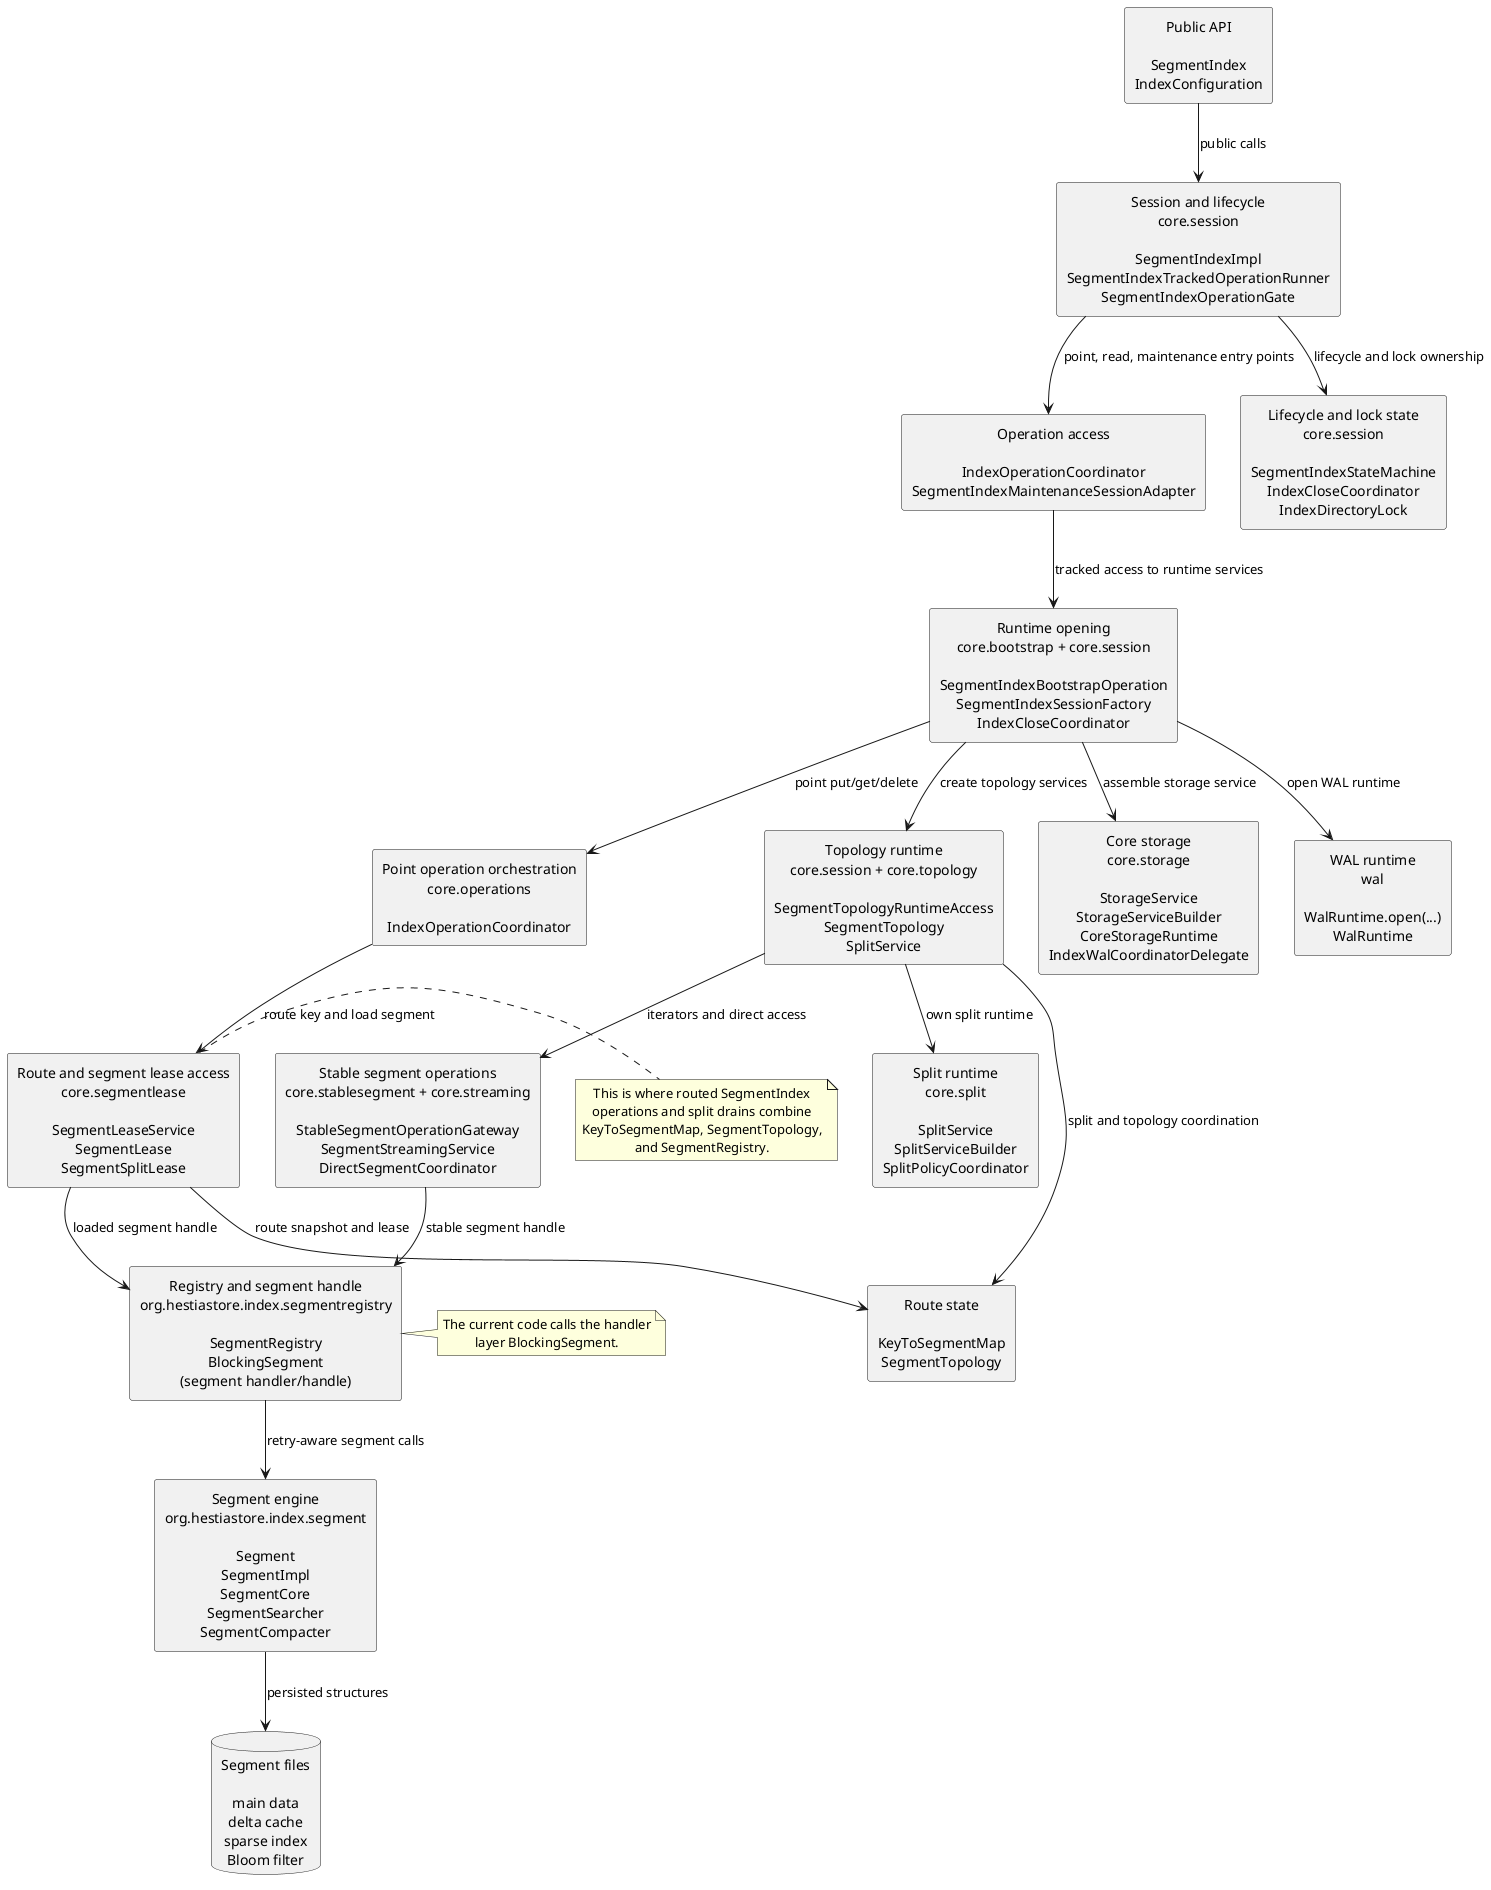
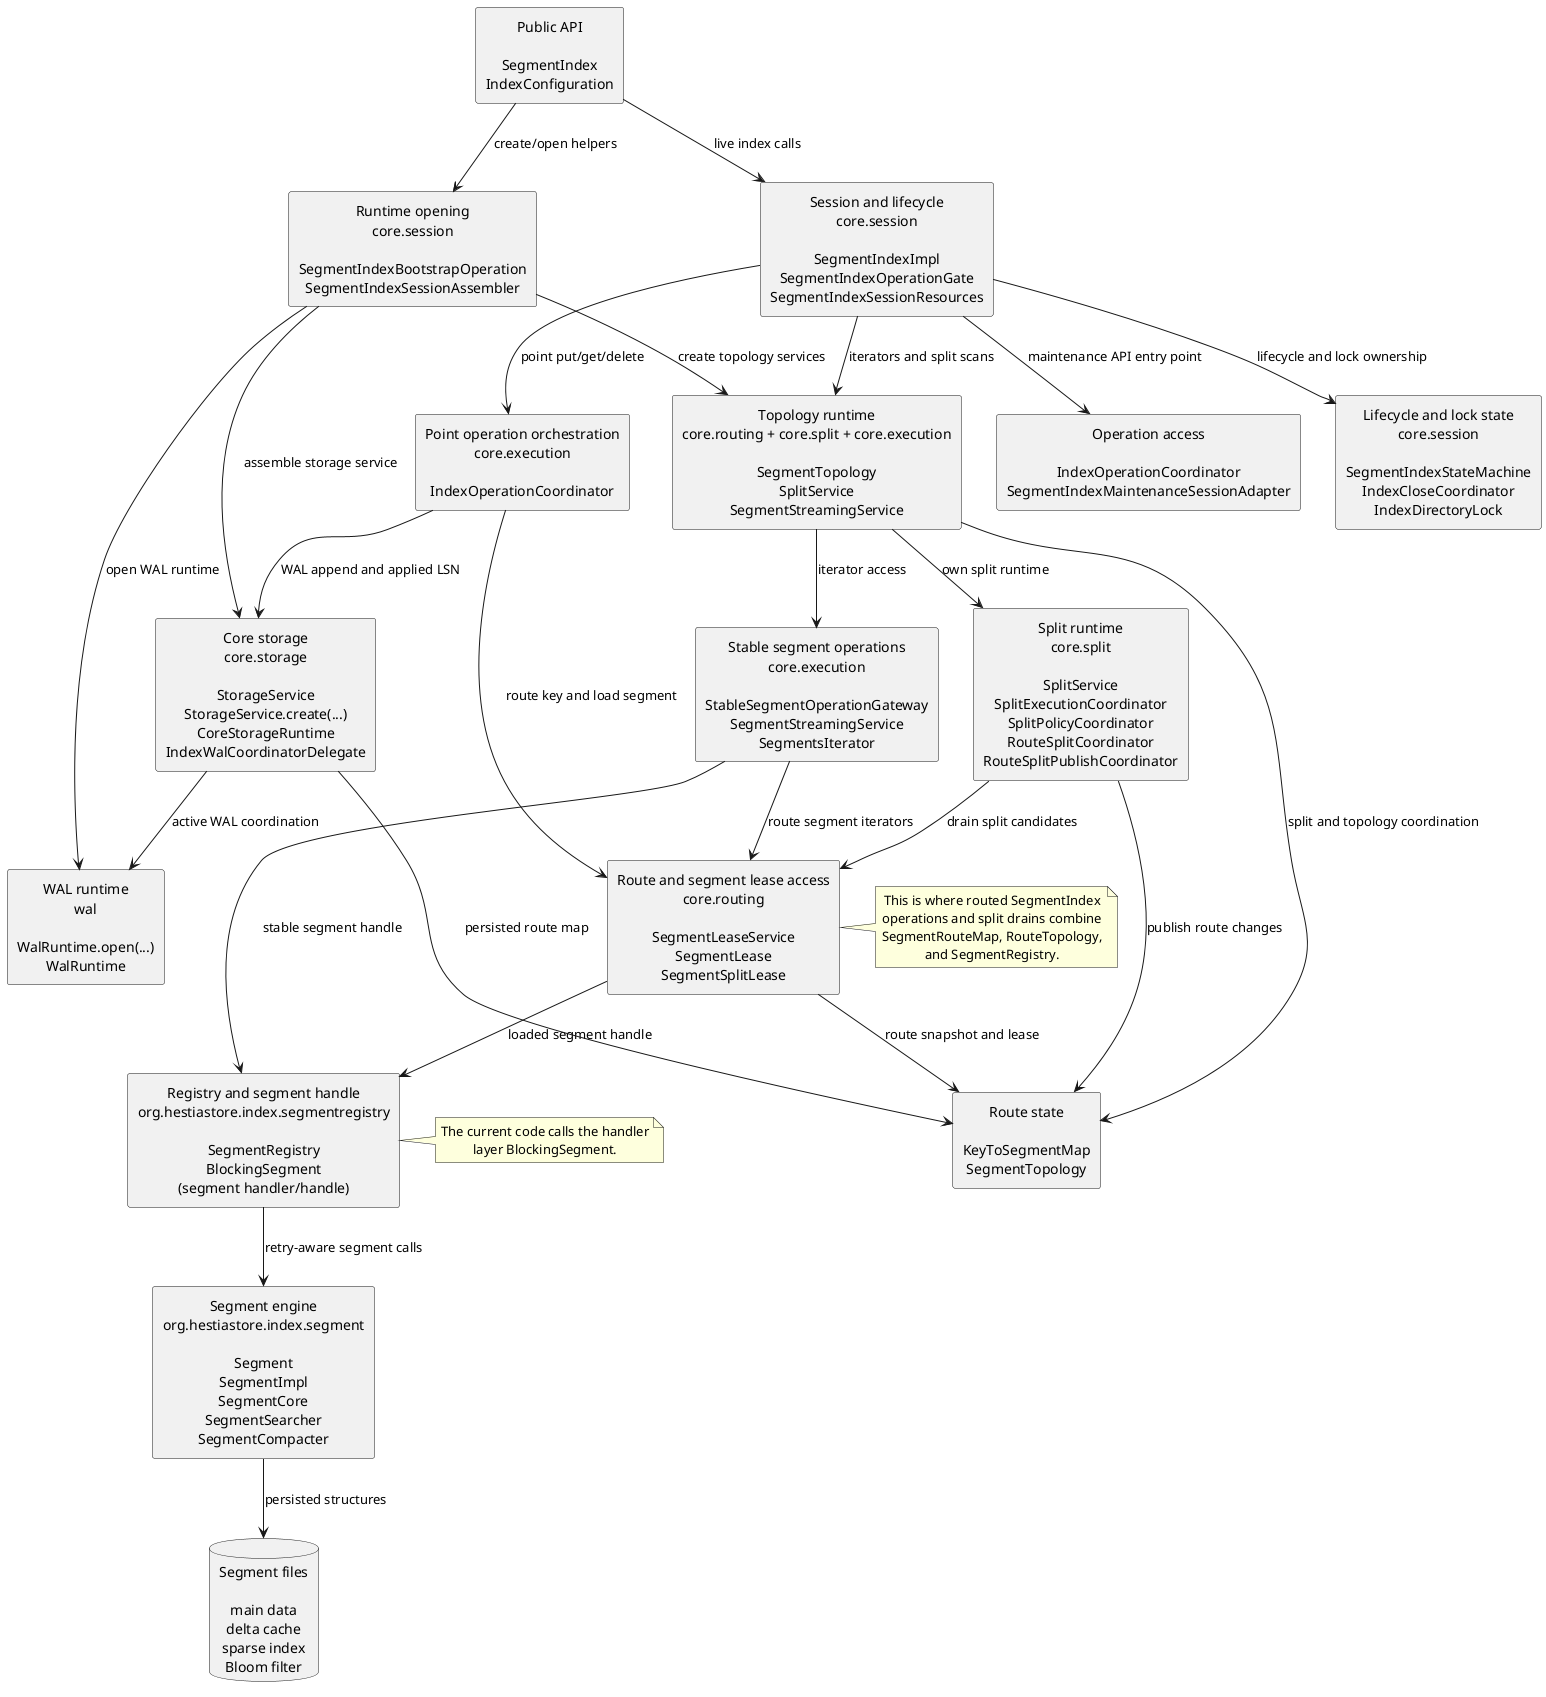
@startuml implementation-layers
skinparam componentStyle rectangle
skinparam shadowing false
skinparam defaultTextAlignment center
top to bottom direction

component "Public API\n\nSegmentIndex\nIndexConfiguration" as API

- component "Session and lifecycle\ncore.session\n\nSegmentIndexImpl\nSegmentIndexTrackedOperationRunner\nSegmentIndexOperationGate" as SESSION
+ component "Session and lifecycle\ncore.session\n\nSegmentIndexImpl\nSegmentIndexOperationGate\nSegmentIndexSessionResources" as SESSION

component "Lifecycle and lock state\ncore.session\n\nSegmentIndexStateMachine\nIndexCloseCoordinator\nIndexDirectoryLock" as SESSION_STATE

component "Operation access\n\nIndexOperationCoordinator\nSegmentIndexMaintenanceSessionAdapter" as FACADES

- component "Runtime opening\ncore.bootstrap + core.session\n\nSegmentIndexBootstrapOperation\nSegmentIndexSessionFactory\nIndexCloseCoordinator" as RUNTIME
+ component "Runtime opening\ncore.session\n\nSegmentIndexBootstrapOperation\nSegmentIndexSessionAssembler" as RUNTIME

- component "Topology runtime\ncore.session + core.topology\n\nSegmentTopologyRuntimeAccess\nSegmentTopology\nSplitService" as TOPOLOGY_RUNTIME
+ component "Topology runtime\ncore.routing + core.split + core.execution\n\nSegmentTopology\nSplitService\nSegmentStreamingService" as TOPOLOGY_RUNTIME

- component "Core storage\ncore.storage\n\nStorageService\nStorageServiceBuilder\nCoreStorageRuntime\nIndexWalCoordinatorDelegate" as CORE_STORAGE
+ component "Core storage\ncore.storage\n\nStorageService\nStorageService.create(...)\nCoreStorageRuntime\nIndexWalCoordinatorDelegate" as CORE_STORAGE

- component "Split runtime\ncore.split\n\nSplitService\nSplitServiceBuilder\nSplitPolicyCoordinator" as SPLIT_RUNTIME
+ component "Split runtime\ncore.split\n\nSplitService\nSplitExecutionCoordinator\nSplitPolicyCoordinator\nRouteSplitCoordinator\nRouteSplitPublishCoordinator" as SPLIT_RUNTIME

component "WAL runtime\nwal\n\nWalRuntime.open(...)\nWalRuntime" as WAL_RUNTIME

- component "Point operation orchestration\ncore.operations\n\nIndexOperationCoordinator" as OPERATIONS
+ component "Point operation orchestration\ncore.execution\n\nIndexOperationCoordinator" as OPERATIONS

- component "Route and segment lease access\ncore.segmentlease\n\nSegmentLeaseService\nSegmentLease\nSegmentSplitLease" as ACCESS
+ component "Route and segment lease access\ncore.routing\n\nSegmentLeaseService\nSegmentLease\nSegmentSplitLease" as ACCESS

- component "Stable segment operations\ncore.stablesegment + core.streaming\n\nStableSegmentOperationGateway\nSegmentStreamingService\nDirectSegmentCoordinator" as STABLE_ACCESS
+ component "Stable segment operations\ncore.execution\n\nStableSegmentOperationGateway\nSegmentStreamingService\nSegmentsIterator" as STABLE_ACCESS

component "Route state\n\nKeyToSegmentMap\nSegmentTopology" as ROUTE

component "Registry and segment handle\norg.hestiastore.index.segmentregistry\n\nSegmentRegistry\nBlockingSegment\n(segment handler/handle)" as REGISTRY

component "Segment engine\norg.hestiastore.index.segment\n\nSegment\nSegmentImpl\nSegmentCore\nSegmentSearcher\nSegmentCompacter" as SEGMENT

database "Segment files\n\nmain data\ndelta cache\nsparse index\nBloom filter" as FILES

- API --> SESSION : public calls
+ API --> RUNTIME : create/open helpers
+ API --> SESSION : live index calls
SESSION --> SESSION_STATE : lifecycle and lock ownership
- SESSION --> FACADES : point, read, maintenance entry points
- FACADES --> RUNTIME : tracked access to runtime services
+ SESSION --> FACADES : maintenance API entry point
+ SESSION --> OPERATIONS : point put/get/delete
+ SESSION --> TOPOLOGY_RUNTIME : iterators and split scans
RUNTIME --> CORE_STORAGE : assemble storage service
RUNTIME --> TOPOLOGY_RUNTIME : create topology services
TOPOLOGY_RUNTIME --> SPLIT_RUNTIME : own split runtime
RUNTIME --> WAL_RUNTIME : open WAL runtime
- RUNTIME --> OPERATIONS : point put/get/delete
OPERATIONS --> ACCESS : route key and load segment
- TOPOLOGY_RUNTIME --> STABLE_ACCESS : iterators and direct access
+ OPERATIONS --> CORE_STORAGE : WAL append and applied LSN
+ CORE_STORAGE --> WAL_RUNTIME : active WAL coordination
+ TOPOLOGY_RUNTIME --> STABLE_ACCESS : iterator access
+ STABLE_ACCESS --> ACCESS : route segment iterators
+ SPLIT_RUNTIME --> ACCESS : drain split candidates
+ SPLIT_RUNTIME --> ROUTE : publish route changes
ACCESS --> REGISTRY : loaded segment handle
STABLE_ACCESS --> REGISTRY : stable segment handle
REGISTRY --> SEGMENT : retry-aware segment calls
SEGMENT --> FILES : persisted structures

ACCESS --> ROUTE : route snapshot and lease
TOPOLOGY_RUNTIME --> ROUTE : split and topology coordination
+ CORE_STORAGE --> ROUTE : persisted route map

note right of ACCESS
This is where routed SegmentIndex
operations and split drains combine
- KeyToSegmentMap, SegmentTopology,
+ SegmentRouteMap, RouteTopology,
and SegmentRegistry.
end note

note right of REGISTRY
The current code calls the handler
layer BlockingSegment.
end note

@enduml
